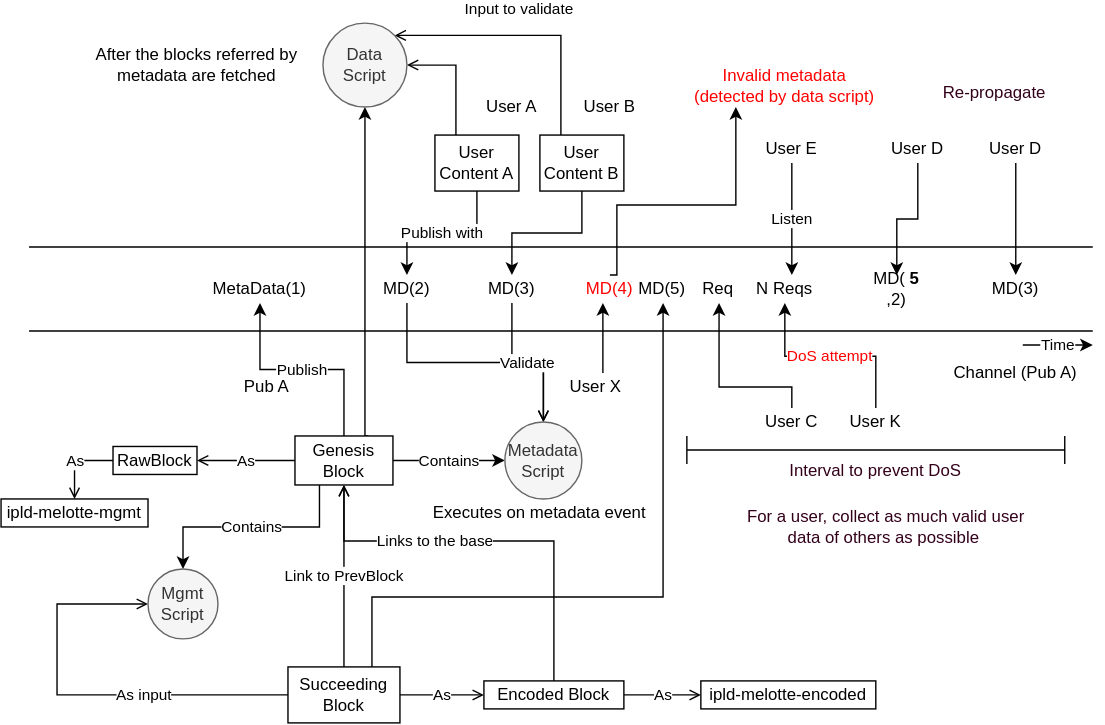
This is docs/site.drawio.svg from Melotte/Melotte, a draw.io export, as it was before one commit. Source tidied: cells renumbered, new cells last; positions are measured from the earlier drawing's top-left corner, leaving out a move shared by most shapes. Its diagram source:
```xml
<mxGraphModel>
  <root>
    <mxCell id="0" />
    <mxCell id="1" parent="0" />
    <mxCell id="2" value="Publish" style="edgeStyle=orthogonalEdgeStyle;rounded=0;jettySize=auto;html=1;exitX=0.5;exitY=0;exitDx=0;exitDy=0;" parent="1" edge="1" source="8" target="20">
      <mxGeometry relative="1" as="geometry" />
    </mxCell>
    <mxCell id="3" value="Contains" style="edgeStyle=orthogonalEdgeStyle;rounded=0;jettySize=auto;html=1;exitX=1;exitY=0.5;exitDx=0;exitDy=0;" parent="1" edge="1" source="8" target="31">
      <mxGeometry relative="1" as="geometry" />
    </mxCell>
    <mxCell id="4" style="edgeStyle=orthogonalEdgeStyle;rounded=0;jettySize=auto;html=1;exitX=0.75;exitY=0;exitDx=0;exitDy=0;" parent="1" edge="1" source="8" target="34">
      <mxGeometry relative="1" as="geometry">
        <Array as="points">
          <mxPoint x="260" y="295" />
        </Array>
      </mxGeometry>
    </mxCell>
    <mxCell id="5" value="Link to PrevBlock" style="edgeStyle=orthogonalEdgeStyle;rounded=0;jettySize=auto;html=1;startArrow=open;startFill=0;endArrow=none;endFill=0;" parent="1" edge="1" source="8" target="15">
      <mxGeometry relative="1" as="geometry">
        <Array as="points">
          <mxPoint x="245" y="420" />
          <mxPoint x="245" y="420" />
        </Array>
      </mxGeometry>
    </mxCell>
    <mxCell id="6" value="Contains" style="edgeStyle=orthogonalEdgeStyle;rounded=0;jettySize=auto;html=1;exitX=0.25;exitY=1;exitDx=0;exitDy=0;startArrow=none;startFill=0;endArrow=classic;endFill=1;" parent="1" edge="1" source="8" target="35">
      <mxGeometry relative="1" as="geometry" />
    </mxCell>
    <mxCell id="7" value="As" style="edgeStyle=orthogonalEdgeStyle;rounded=0;jettySize=auto;html=1;startArrow=none;startFill=0;endArrow=open;endFill=0;" parent="1" edge="1" source="8" target="10">
      <mxGeometry relative="1" as="geometry" />
    </mxCell>
    <mxCell id="8" value="Genesis Block" style="rounded=0;whiteSpace=wrap;html=1;" parent="1" vertex="1">
      <mxGeometry x="210" y="295" width="70" height="35" as="geometry" />
    </mxCell>
    <mxCell id="9" value="As" style="edgeStyle=orthogonalEdgeStyle;rounded=0;jettySize=auto;html=1;exitX=0;exitY=0.5;exitDx=0;exitDy=0;startArrow=none;startFill=0;endArrow=open;endFill=0;" parent="1" edge="1" source="10" target="11">
      <mxGeometry relative="1" as="geometry" />
    </mxCell>
    <mxCell id="10" value="RawBlock" style="rounded=0;whiteSpace=wrap;html=1;" parent="1" vertex="1">
      <mxGeometry x="80" y="302.5" width="60" height="20" as="geometry" />
    </mxCell>
    <mxCell id="11" value="ipld-melotte-mgmt" style="rounded=0;whiteSpace=wrap;html=1;" parent="1" vertex="1">
      <mxGeometry y="340" width="105" height="20" as="geometry" />
    </mxCell>
    <mxCell id="12" value="As input" style="edgeStyle=orthogonalEdgeStyle;rounded=0;jettySize=auto;html=1;exitX=0;exitY=0.5;exitDx=0;exitDy=0;startArrow=none;startFill=0;endArrow=open;endFill=0;" parent="1" edge="1" source="15" target="35">
      <mxGeometry x="-0.3" relative="1" as="geometry">
        <Array as="points">
          <mxPoint x="40" y="480" />
          <mxPoint x="40" y="415" />
        </Array>
      </mxGeometry>
    </mxCell>
    <mxCell id="13" value="As" style="edgeStyle=orthogonalEdgeStyle;rounded=0;jettySize=auto;html=1;startArrow=none;startFill=0;endArrow=open;endFill=0;" parent="1" edge="1" source="15" target="40">
      <mxGeometry relative="1" as="geometry" />
    </mxCell>
    <mxCell id="14" style="edgeStyle=orthogonalEdgeStyle;rounded=0;jettySize=auto;html=1;exitX=0.75;exitY=0;exitDx=0;exitDy=0;" parent="1" edge="1" source="15" target="66">
      <mxGeometry relative="1" as="geometry">
        <Array as="points">
          <mxPoint x="265" y="410" />
          <mxPoint x="473" y="410" />
        </Array>
      </mxGeometry>
    </mxCell>
    <mxCell id="15" value="Succeeding Block" style="rounded=0;whiteSpace=wrap;html=1;" parent="1" vertex="1">
      <mxGeometry x="205" y="460" width="80" height="40" as="geometry" />
    </mxCell>
    <mxCell id="16" value="Pub A" style="text;html=1;strokeColor=none;fillColor=none;align=center;verticalAlign=middle;whiteSpace=wrap;rounded=0;" parent="1" vertex="1">
      <mxGeometry x="170" y="250" width="40" height="20" as="geometry" />
    </mxCell>
    <mxCell id="17" style="endArrow=none;html=1;" parent="1" edge="1">
      <mxGeometry relative="1" as="geometry">
        <mxPoint x="20" y="160" as="sourcePoint" />
        <mxPoint x="780" y="160" as="targetPoint" />
      </mxGeometry>
    </mxCell>
    <mxCell id="18" style="endArrow=none;html=1;" parent="1" edge="1">
      <mxGeometry relative="1" as="geometry">
        <mxPoint x="20" y="220" as="sourcePoint" />
        <mxPoint x="780" y="220" as="targetPoint" />
      </mxGeometry>
    </mxCell>
    <mxCell id="19" value="Channel (Pub A)" style="text;html=1;strokeColor=none;fillColor=none;align=center;verticalAlign=middle;whiteSpace=wrap;rounded=0;" parent="1" vertex="1">
      <mxGeometry x="670" y="240" width="110" height="20" as="geometry" />
    </mxCell>
    <mxCell id="20" value="MetaData(1)" style="text;html=1;strokeColor=none;fillColor=none;align=center;verticalAlign=middle;whiteSpace=wrap;rounded=0;" parent="1" vertex="1">
      <mxGeometry x="160" y="180" width="50" height="20" as="geometry" />
    </mxCell>
    <mxCell id="21" value="User A" style="text;html=1;strokeColor=none;fillColor=none;align=center;verticalAlign=middle;whiteSpace=wrap;rounded=0;" parent="1" vertex="1">
      <mxGeometry x="345" y="50" width="40" height="20" as="geometry" />
    </mxCell>
    <mxCell id="22" value="User B" style="text;html=1;strokeColor=none;fillColor=none;align=center;verticalAlign=middle;whiteSpace=wrap;rounded=0;" parent="1" vertex="1">
      <mxGeometry x="415" y="50" width="40" height="20" as="geometry" />
    </mxCell>
    <mxCell id="23" value="Publish with" style="edgeStyle=orthogonalEdgeStyle;rounded=0;jettySize=auto;html=1;exitX=0.5;exitY=1;exitDx=0;exitDy=0;" parent="1" edge="1" source="24" target="27">
      <mxGeometry relative="1" as="geometry" />
    </mxCell>
    <mxCell id="24" value="User Content A" style="rounded=0;whiteSpace=wrap;html=1;" parent="1" vertex="1">
      <mxGeometry x="310" y="80" width="60" height="40" as="geometry" />
    </mxCell>
    <mxCell id="25" style="edgeStyle=orthogonalEdgeStyle;rounded=0;jettySize=auto;html=1;" parent="1" edge="1" source="26" target="28">
      <mxGeometry relative="1" as="geometry" />
    </mxCell>
    <mxCell id="26" value="User Content B" style="rounded=0;whiteSpace=wrap;html=1;" parent="1" vertex="1">
      <mxGeometry x="385" y="80" width="60" height="40" as="geometry" />
    </mxCell>
    <mxCell id="27" value="MD(2)" style="text;html=1;strokeColor=none;fillColor=none;align=center;verticalAlign=middle;whiteSpace=wrap;rounded=0;" parent="1" vertex="1">
      <mxGeometry x="265" y="180" width="50" height="20" as="geometry" />
    </mxCell>
    <mxCell id="28" value="MD(3)" style="text;html=1;strokeColor=none;fillColor=none;align=center;verticalAlign=middle;whiteSpace=wrap;rounded=0;" parent="1" vertex="1">
      <mxGeometry x="340" y="180" width="50" height="20" as="geometry" />
    </mxCell>
    <mxCell id="29" style="edgeStyle=orthogonalEdgeStyle;rounded=0;jettySize=auto;html=1;exitX=0.5;exitY=0;exitDx=0;exitDy=0;entryX=0.5;entryY=1;entryDx=0;entryDy=0;endArrow=none;endFill=0;startArrow=open;startFill=0;" parent="1" edge="1" source="31" target="27">
      <mxGeometry relative="1" as="geometry" />
    </mxCell>
    <mxCell id="30" value="Validate" style="edgeStyle=orthogonalEdgeStyle;rounded=0;jettySize=auto;html=1;exitX=0.5;exitY=0;exitDx=0;exitDy=0;endArrow=none;endFill=0;startArrow=open;startFill=0;" parent="1" edge="1" source="31" target="28">
      <mxGeometry relative="1" as="geometry" />
    </mxCell>
    <mxCell id="31" value="Metadata&lt;br&gt;Script" style="ellipse;whiteSpace=wrap;html=1;fillColor=#f5f5f5;strokeColor=#666666;fontColor=#333333;" parent="1" vertex="1">
      <mxGeometry x="360" y="285" width="55" height="55" as="geometry" />
    </mxCell>
    <mxCell id="32" style="edgeStyle=orthogonalEdgeStyle;rounded=0;jettySize=auto;html=1;exitX=1;exitY=0.5;exitDx=0;exitDy=0;entryX=0.25;entryY=0;entryDx=0;entryDy=0;endArrow=none;endFill=0;startArrow=open;startFill=0;" parent="1" edge="1" source="34" target="24">
      <mxGeometry relative="1" as="geometry" />
    </mxCell>
    <mxCell id="33" value="Input to validate" style="edgeStyle=orthogonalEdgeStyle;rounded=0;jettySize=auto;html=1;exitX=1;exitY=0;exitDx=0;exitDy=0;entryX=0.25;entryY=0;entryDx=0;entryDy=0;endArrow=none;endFill=0;startArrow=open;startFill=0;" parent="1" edge="1" source="34" target="26">
      <mxGeometry x="-0.07" y="19" relative="1" as="geometry" />
    </mxCell>
    <mxCell id="34" value="Data&lt;br&gt;Script" style="ellipse;whiteSpace=wrap;html=1;fillColor=#f5f5f5;strokeColor=#666666;fontColor=#333333;" parent="1" vertex="1">
      <mxGeometry x="230" width="60" height="60" as="geometry" />
    </mxCell>
    <mxCell id="35" value="Mgmt&lt;br&gt;Script" style="ellipse;whiteSpace=wrap;html=1;fillColor=#f5f5f5;strokeColor=#666666;fontColor=#333333;" parent="1" vertex="1">
      <mxGeometry x="105" y="390" width="50" height="50" as="geometry" />
    </mxCell>
    <mxCell id="36" value="Executes on metadata event" style="text;html=1;strokeColor=none;fillColor=none;align=center;verticalAlign=middle;whiteSpace=wrap;rounded=0;" parent="1" vertex="1">
      <mxGeometry x="305" y="340" width="160" height="20" as="geometry" />
    </mxCell>
    <mxCell id="37" value="After the blocks referred by metadata are fetched" style="text;html=1;strokeColor=none;fillColor=none;align=center;verticalAlign=middle;whiteSpace=wrap;rounded=0;" parent="1" vertex="1">
      <mxGeometry x="60" y="20" width="160" height="20" as="geometry" />
    </mxCell>
    <mxCell id="38" value="As" style="edgeStyle=orthogonalEdgeStyle;rounded=0;jettySize=auto;html=1;startArrow=none;startFill=0;endArrow=open;endFill=0;" parent="1" edge="1" source="40" target="41">
      <mxGeometry relative="1" as="geometry" />
    </mxCell>
    <mxCell id="39" value="Links to the base" style="edgeStyle=orthogonalEdgeStyle;rounded=0;jettySize=auto;html=1;exitX=0.5;exitY=0;exitDx=0;exitDy=0;startArrow=none;startFill=0;endArrow=open;endFill=0;" parent="1" edge="1" source="40" target="8">
      <mxGeometry x="0.28" relative="1" as="geometry">
        <Array as="points">
          <mxPoint x="395" y="370" />
          <mxPoint x="245" y="370" />
        </Array>
      </mxGeometry>
    </mxCell>
    <mxCell id="40" value="Encoded Block" style="rounded=0;whiteSpace=wrap;html=1;" parent="1" vertex="1">
      <mxGeometry x="345" y="470" width="100" height="20" as="geometry" />
    </mxCell>
    <mxCell id="41" value="ipld-melotte-encoded" style="rounded=0;whiteSpace=wrap;html=1;" parent="1" vertex="1">
      <mxGeometry x="500" y="470" width="125" height="20" as="geometry" />
    </mxCell>
    <mxCell id="42" value="Time" style="endArrow=classic;html=1;" parent="1" edge="1">
      <mxGeometry relative="1" as="geometry">
        <mxPoint x="730" y="230" as="sourcePoint" />
        <mxPoint x="780" y="230" as="targetPoint" />
        <Array as="points">
          <mxPoint x="780" y="230" />
        </Array>
      </mxGeometry>
    </mxCell>
    <mxCell id="43" style="edgeStyle=orthogonalEdgeStyle;rounded=0;jettySize=auto;html=1;exitX=0.5;exitY=0;exitDx=0;exitDy=0;startArrow=none;startFill=0;endArrow=classic;endFill=1;" parent="1" edge="1" source="44" target="45">
      <mxGeometry relative="1" as="geometry">
        <Array as="points">
          <mxPoint x="565" y="260" />
          <mxPoint x="513" y="260" />
        </Array>
      </mxGeometry>
    </mxCell>
    <mxCell id="44" value="User C" style="text;html=1;strokeColor=none;fillColor=none;align=center;verticalAlign=middle;whiteSpace=wrap;rounded=0;" parent="1" vertex="1">
      <mxGeometry x="540" y="275" width="50" height="20" as="geometry" />
    </mxCell>
    <mxCell id="45" value="Req" style="text;html=1;strokeColor=none;fillColor=none;align=center;verticalAlign=middle;whiteSpace=wrap;rounded=0;" parent="1" vertex="1">
      <mxGeometry x="500" y="180" width="25" height="20" as="geometry" />
    </mxCell>
    <mxCell id="46" style="edgeStyle=orthogonalEdgeStyle;rounded=0;jettySize=auto;html=1;exitX=0.5;exitY=1;exitDx=0;exitDy=0;entryX=0.5;entryY=0;entryDx=0;entryDy=0;startArrow=none;startFill=0;endArrow=classic;endFill=1;" parent="1" edge="1" source="47" target="48">
      <mxGeometry relative="1" as="geometry" />
    </mxCell>
    <mxCell id="47" value="User D" style="text;html=1;strokeColor=none;fillColor=none;align=center;verticalAlign=middle;whiteSpace=wrap;rounded=0;" parent="1" vertex="1">
      <mxGeometry x="630" y="80" width="50" height="20" as="geometry" />
    </mxCell>
    <mxCell id="48" value="MD(&lt;b&gt;5&lt;/b&gt;,2)" style="text;html=1;strokeColor=none;fillColor=none;align=center;verticalAlign=middle;whiteSpace=wrap;rounded=0;" parent="1" vertex="1">
      <mxGeometry x="615" y="180" width="50" height="20" as="geometry" />
    </mxCell>
    <mxCell id="49" value="Listen" style="edgeStyle=orthogonalEdgeStyle;rounded=0;jettySize=auto;html=1;exitX=0.5;exitY=1;exitDx=0;exitDy=0;startArrow=none;startFill=0;endArrow=classic;endFill=1;" parent="1" edge="1" source="50">
      <mxGeometry relative="1" as="geometry">
        <mxPoint x="565" y="180" as="targetPoint" />
      </mxGeometry>
    </mxCell>
    <mxCell id="50" value="User E" style="text;html=1;strokeColor=none;fillColor=none;align=center;verticalAlign=middle;whiteSpace=wrap;rounded=0;" parent="1" vertex="1">
      <mxGeometry x="540" y="80" width="50" height="20" as="geometry" />
    </mxCell>
    <mxCell id="51" style="edgeStyle=orthogonalEdgeStyle;rounded=0;jettySize=auto;html=1;startArrow=none;startFill=0;endArrow=classic;endFill=1;" parent="1" edge="1" source="52" target="54">
      <mxGeometry relative="1" as="geometry">
        <Array as="points">
          <mxPoint x="430" y="230" />
          <mxPoint x="430" y="230" />
        </Array>
      </mxGeometry>
    </mxCell>
    <mxCell id="52" value="User X" style="text;html=1;strokeColor=none;fillColor=none;align=center;verticalAlign=middle;whiteSpace=wrap;rounded=0;" parent="1" vertex="1">
      <mxGeometry x="405" y="250" width="40" height="20" as="geometry" />
    </mxCell>
    <mxCell id="53" style="edgeStyle=orthogonalEdgeStyle;rounded=0;jettySize=auto;html=1;exitX=0.5;exitY=0;exitDx=0;exitDy=0;startArrow=none;startFill=0;endArrow=classic;endFill=1;fontColor=#FF0000;entryX=0.25;entryY=1;entryDx=0;entryDy=0;" parent="1" edge="1" source="54" target="55">
      <mxGeometry relative="1" as="geometry">
        <Array as="points">
          <mxPoint x="440" y="130" />
          <mxPoint x="525" y="130" />
        </Array>
      </mxGeometry>
    </mxCell>
    <mxCell id="54" value="MD(4)" style="text;strokeColor=none;fillColor=none;align=center;verticalAlign=middle;whiteSpace=wrap;rounded=0;glass=0;html=1;fontColor=#FF0000;" parent="1" vertex="1">
      <mxGeometry x="410" y="180" width="50" height="20" as="geometry" />
    </mxCell>
    <mxCell id="55" value="Invalid metadata (detected by data script)" style="text;html=1;strokeColor=none;fillColor=none;align=center;verticalAlign=middle;whiteSpace=wrap;rounded=0;glass=0;fontColor=#FF0000;" parent="1" vertex="1">
      <mxGeometry x="490" y="30" width="140" height="30" as="geometry" />
    </mxCell>
    <mxCell id="56" value="DoS attempt" style="edgeStyle=orthogonalEdgeStyle;rounded=0;jettySize=auto;html=1;exitX=0.5;exitY=0;exitDx=0;exitDy=0;startArrow=none;startFill=0;endArrow=classic;endFill=1;fontColor=#FF0000;" parent="1" edge="1" source="57" target="58">
      <mxGeometry relative="1" as="geometry">
        <Array as="points">
          <mxPoint x="625" y="238" />
          <mxPoint x="560" y="238" />
        </Array>
      </mxGeometry>
    </mxCell>
    <mxCell id="57" value="User K" style="text;html=1;strokeColor=none;fillColor=none;align=center;verticalAlign=middle;whiteSpace=wrap;rounded=0;" parent="1" vertex="1">
      <mxGeometry x="600" y="275" width="50" height="20" as="geometry" />
    </mxCell>
    <mxCell id="58" value="N Reqs" style="text;html=1;strokeColor=none;fillColor=none;align=center;verticalAlign=middle;whiteSpace=wrap;rounded=0;" parent="1" vertex="1">
      <mxGeometry x="535" y="180" width="50" height="20" as="geometry" />
    </mxCell>
    <mxCell id="59" style="shape=crossbar;whiteSpace=wrap;html=1;rounded=1;glass=0;fontColor=#FF0000;" parent="1" vertex="1">
      <mxGeometry x="490" y="295" width="270" height="20" as="geometry" />
    </mxCell>
    <mxCell id="60" value="Interval to prevent DoS" style="text;html=1;strokeColor=none;fillColor=none;align=center;verticalAlign=middle;whiteSpace=wrap;rounded=0;glass=0;fontColor=#33001A;" parent="1" vertex="1">
      <mxGeometry x="555" y="310" width="140" height="20" as="geometry" />
    </mxCell>
    <mxCell id="61" style="edgeStyle=orthogonalEdgeStyle;rounded=0;jettySize=auto;html=1;exitX=0.5;exitY=1;exitDx=0;exitDy=0;startArrow=none;startFill=0;endArrow=classic;endFill=1;fontColor=#33001A;" parent="1" edge="1" source="62" target="63">
      <mxGeometry relative="1" as="geometry" />
    </mxCell>
    <mxCell id="62" value="User D" style="text;html=1;strokeColor=none;fillColor=none;align=center;verticalAlign=middle;whiteSpace=wrap;rounded=0;" parent="1" vertex="1">
      <mxGeometry x="700" y="80" width="50" height="20" as="geometry" />
    </mxCell>
    <mxCell id="63" value="MD(3)" style="text;html=1;strokeColor=none;fillColor=none;align=center;verticalAlign=middle;whiteSpace=wrap;rounded=0;" parent="1" vertex="1">
      <mxGeometry x="700" y="180" width="50" height="20" as="geometry" />
    </mxCell>
    <mxCell id="64" value="Re-propagate" style="text;html=1;strokeColor=none;fillColor=none;align=center;verticalAlign=middle;whiteSpace=wrap;rounded=0;glass=0;fontColor=#33001A;" parent="1" vertex="1">
      <mxGeometry x="670" y="40" width="80" height="20" as="geometry" />
    </mxCell>
    <mxCell id="65" value="For a user, collect as much valid user data of others as possible&amp;nbsp;" style="text;html=1;strokeColor=none;fillColor=none;align=center;verticalAlign=middle;whiteSpace=wrap;rounded=0;glass=0;fontColor=#33001A;" parent="1" vertex="1">
      <mxGeometry x="525" y="350" width="215" height="20" as="geometry" />
    </mxCell>
    <mxCell id="66" value="MD(5)" style="text;html=1;strokeColor=none;fillColor=none;align=center;verticalAlign=middle;whiteSpace=wrap;rounded=0;" parent="1" vertex="1">
      <mxGeometry x="460" y="180" width="25" height="20" as="geometry" />
    </mxCell>
  </root>
</mxGraphModel>
```
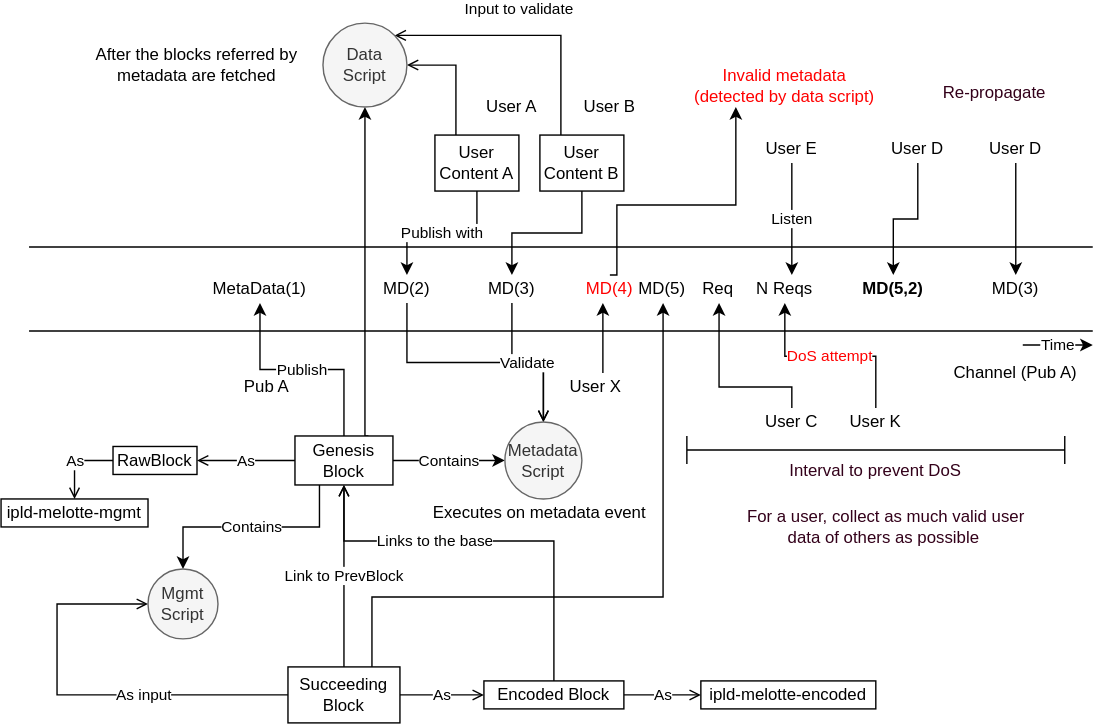
After the commit.

Diff of the diagram source:
```diff
@@ -181,8 +181,8 @@
     <mxCell id="47" value="User D" style="text;html=1;strokeColor=none;fillColor=none;align=center;verticalAlign=middle;whiteSpace=wrap;rounded=0;" parent="1" vertex="1">
       <mxGeometry x="630" y="80" width="50" height="20" as="geometry" />
     </mxCell>
-    <mxCell id="48" value="MD(&lt;b&gt;5&lt;/b&gt;,2)" style="text;html=1;strokeColor=none;fillColor=none;align=center;verticalAlign=middle;whiteSpace=wrap;rounded=0;" parent="1" vertex="1">
-      <mxGeometry x="615" y="180" width="50" height="20" as="geometry" />
+    <mxCell id="48" value="MD(5,2)" style="text;html=1;strokeColor=none;fillColor=none;align=center;verticalAlign=middle;whiteSpace=wrap;rounded=0;fontStyle=1;" parent="1" vertex="1">
+      <mxGeometry x="605" y="180" width="65" height="20" as="geometry" />
     </mxCell>
     <mxCell id="49" value="Listen" style="edgeStyle=orthogonalEdgeStyle;rounded=0;jettySize=auto;html=1;exitX=0.5;exitY=1;exitDx=0;exitDy=0;startArrow=none;startFill=0;endArrow=classic;endFill=1;" parent="1" edge="1" source="50">
       <mxGeometry relative="1" as="geometry">
```
